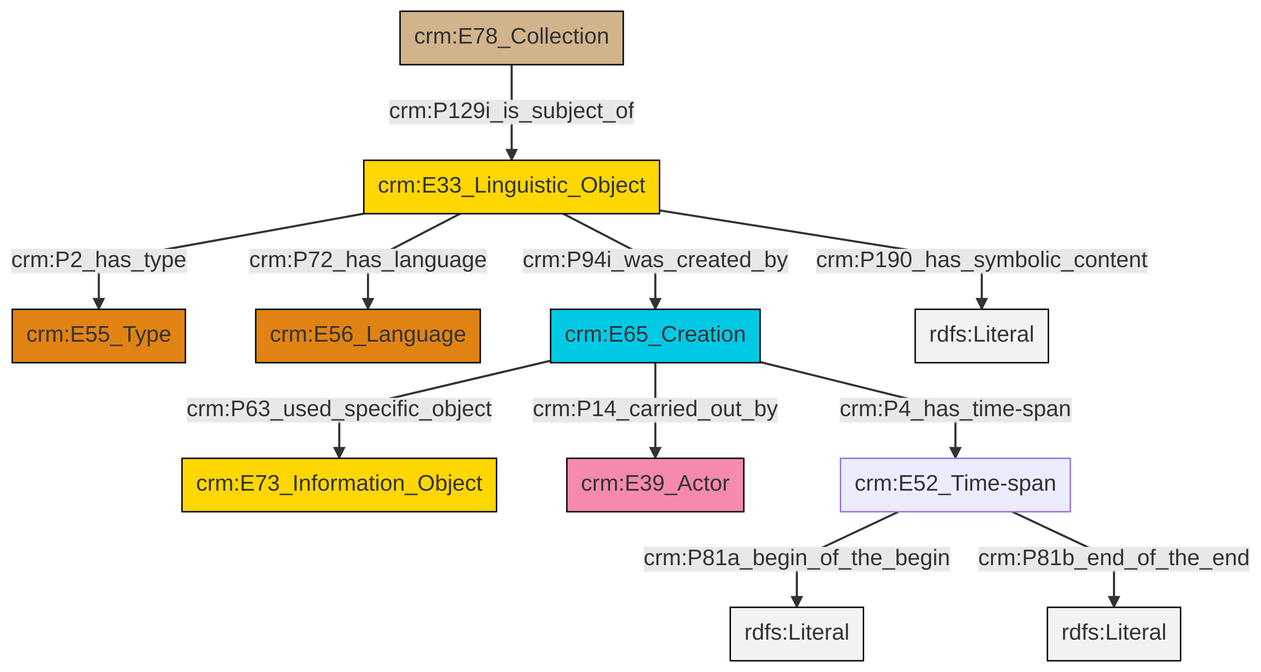
Earlier version of the Mermaid export et/archivalCSV/ttl/mmd/png/archival_desc.png (swiss-art-research-net/docs.swissartresearch). Its source is kept beside it as et/archivalCSV/ttl/mmd/archival_desc.ttl.mmd.
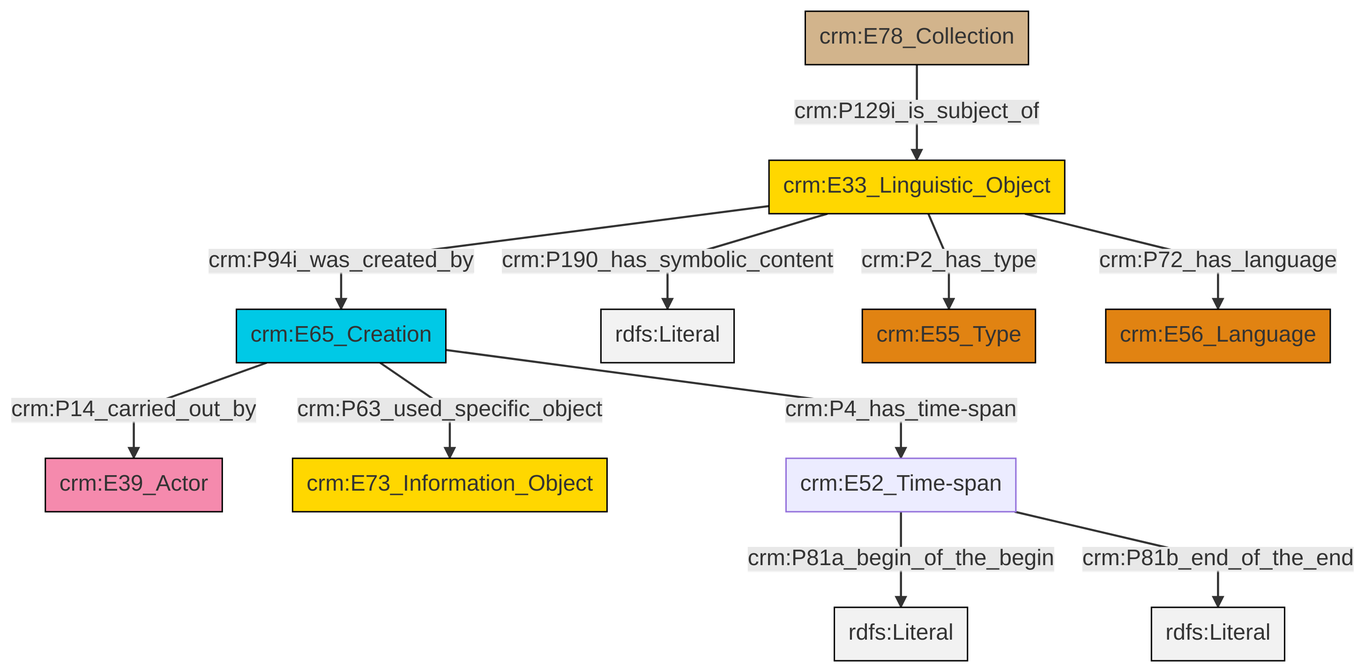
Above is the later version.

What changed in the source:
```diff
@@ -13,13 +13,13 @@
 classDef PC_Classes fill:#4ce600, stroke:#000000;
 classDef Multi fill:#cccccc,stroke:#000000;
 
-4["crm:E65_Creation"]:::Temporal_Entity -->|crm:P63_used_specific_object| 5["crm:E73_Information_Object"]:::Conceptual_Object
-4["crm:E65_Creation"]:::Temporal_Entity -->|crm:P14_carried_out_by| 7["crm:E39_Actor"]:::Actor
-12["crm:E33_Linguistic_Object"]:::Conceptual_Object -->|crm:P190_has_symbolic_content| 14[rdfs:Literal]:::Literal
-8["crm:E78_Collection"]:::Physical_Thing -->|crm:P129i_is_subject_of| 12["crm:E33_Linguistic_Object"]:::Conceptual_Object
-10["crm:E52_Time-span"]:::Default -->|crm:P81a_begin_of_the_begin| 15[rdfs:Literal]:::Literal
-4["crm:E65_Creation"]:::Temporal_Entity -->|crm:P4_has_time-span| 10["crm:E52_Time-span"]:::Default
-12["crm:E33_Linguistic_Object"]:::Conceptual_Object -->|crm:P2_has_type| 0["crm:E55_Type"]:::Type
-12["crm:E33_Linguistic_Object"]:::Conceptual_Object -->|crm:P94i_was_created_by| 4["crm:E65_Creation"]:::Temporal_Entity
-12["crm:E33_Linguistic_Object"]:::Conceptual_Object -->|crm:P72_has_language| 2["crm:E56_Language"]:::Type
-10["crm:E52_Time-span"]:::Default -->|crm:P81b_end_of_the_end| 18[rdfs:Literal]:::Literal
+0["crm:E33_Linguistic_Object"]:::Conceptual_Object -->|crm:P94i_was_created_by| 1["crm:E65_Creation"]:::Temporal_Entity
+0["crm:E33_Linguistic_Object"]:::Conceptual_Object -->|crm:P190_has_symbolic_content| 2[rdfs:Literal]:::Literal
+1["crm:E65_Creation"]:::Temporal_Entity -->|crm:P14_carried_out_by| 3["crm:E39_Actor"]:::Actor
+8["crm:E78_Collection"]:::Physical_Thing -->|crm:P129i_is_subject_of| 0["crm:E33_Linguistic_Object"]:::Conceptual_Object
+0["crm:E33_Linguistic_Object"]:::Conceptual_Object -->|crm:P2_has_type| 4["crm:E55_Type"]:::Type
+1["crm:E65_Creation"]:::Temporal_Entity -->|crm:P63_used_specific_object| 10["crm:E73_Information_Object"]:::Conceptual_Object
+1["crm:E65_Creation"]:::Temporal_Entity -->|crm:P4_has_time-span| 11["crm:E52_Time-span"]:::Default
+11["crm:E52_Time-span"]:::Default -->|crm:P81a_begin_of_the_begin| 14[rdfs:Literal]:::Literal
+0["crm:E33_Linguistic_Object"]:::Conceptual_Object -->|crm:P72_has_language| 6["crm:E56_Language"]:::Type
+11["crm:E52_Time-span"]:::Default -->|crm:P81b_end_of_the_end| 15[rdfs:Literal]:::Literal
```
